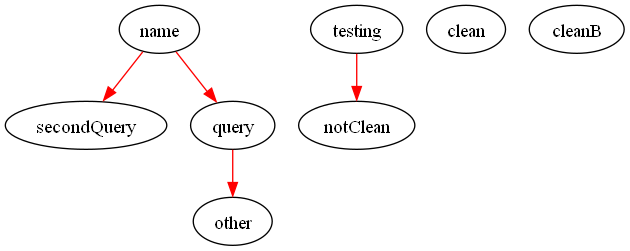
The Graphviz diagram name/output.png in NontsikeleloNN/Static-Mobile-App-Security-Analyser, before a commit. Its source is kept beside it as name/output.dot. Source of this version:
```dot
digraph G {secondQuery
testing
testing -> notClean[color="red"]
testing
name
clean
name -> query[color="red"]
name -> secondQuery[color="red"]
notClean
query -> other[color="red"]
cleanB
name
other

}
```
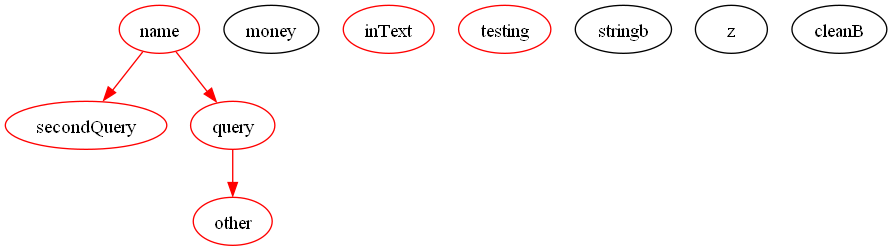
The same file after the commit.

The edit, as a diff of the source:
```diff
@@ -1,15 +1,22 @@
-digraph G {secondQuery
+digraph G {secondQuery [color=red]
+name [color=red]
+name -> query[color="red"]
+name [color=red]
+name -> secondQuery[color="red"]
+money
+inText
 testing
-testing -> notClean[color="red"]
-testing
+testing [color=red]
+name [color=red]
+testing [color=red]
 name
-clean
-name -> query[color="red"]
-name -> secondQuery[color="red"]
-notClean
+other [color=red]
+stringb
+inText [color=red]
+inText [color=red]
+z
+cleanB
+query [color=red]
 query -> other[color="red"]
-cleanB
-name
-other
 
 }
```
